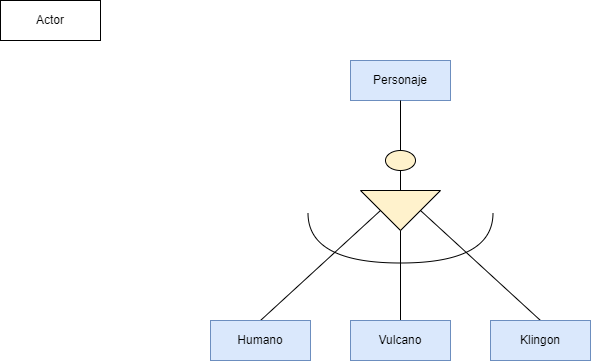
Above: Unidad-1/Tareas/Tarea_Entregable-3/Diagrama Tarea Entregable 3.drawio.png in RafaelMayor/base-datos (draw.io), before the change. Source tidied: cells renumbered, new cells last; positions are measured from the earlier drawing's top-left corner, leaving out a move shared by most shapes. Its diagram source:
```xml
<mxGraphModel>
  <root>
    <mxCell id="0" />
    <mxCell id="1" parent="0" />
    <mxCell id="2" value="Actor" style="whiteSpace=wrap;html=1;align=center;" parent="1" vertex="1">
      <mxGeometry width="100" height="40" as="geometry" />
    </mxCell>
    <mxCell id="3" value="Personaje" style="whiteSpace=wrap;html=1;align=center;fillColor=#dae8fc;strokeColor=#6c8ebf;" parent="1" vertex="1">
      <mxGeometry x="350" y="60" width="100" height="40" as="geometry" />
    </mxCell>
    <mxCell id="4" style="ellipse;whiteSpace=wrap;html=1;fillColor=#fff2cc;strokeColor=#000000;" parent="1" vertex="1">
      <mxGeometry x="385" y="150" width="30" height="20" as="geometry" />
    </mxCell>
    <mxCell id="5" style="triangle;whiteSpace=wrap;html=1;rotation=90;fillColor=#fff2cc;strokeColor=#000000;" parent="1" vertex="1">
      <mxGeometry x="380" y="170" width="40" height="80" as="geometry" />
    </mxCell>
    <mxCell id="6" style="endArrow=none;html=1;rounded=0;entryX=0.5;entryY=1;entryDx=0;entryDy=0;exitX=0.5;exitY=0;exitDx=0;exitDy=0;" parent="1" edge="1" source="4" target="3">
      <mxGeometry relative="1" as="geometry" />
    </mxCell>
    <mxCell id="7" style="endArrow=none;html=1;rounded=0;entryX=0.5;entryY=1;entryDx=0;entryDy=0;exitX=0;exitY=0.5;exitDx=0;exitDy=0;" parent="1" edge="1" source="5" target="4">
      <mxGeometry relative="1" as="geometry" />
    </mxCell>
    <mxCell id="8" style="endArrow=none;html=1;rounded=0;entryX=1;entryY=0.5;entryDx=0;entryDy=0;exitX=0.5;exitY=0;exitDx=0;exitDy=0;" parent="1" edge="1" source="13" target="5">
      <mxGeometry relative="1" as="geometry" />
    </mxCell>
    <mxCell id="9" style="endArrow=none;html=1;rounded=0;entryX=0.5;entryY=1;entryDx=0;entryDy=0;exitX=0.5;exitY=0;exitDx=0;exitDy=0;" parent="1" edge="1" source="14" target="5">
      <mxGeometry relative="1" as="geometry" />
    </mxCell>
    <mxCell id="10" style="endArrow=none;html=1;rounded=0;entryX=0.5;entryY=0;entryDx=0;entryDy=0;exitX=0.5;exitY=0;exitDx=0;exitDy=0;" parent="1" edge="1" source="12" target="5">
      <mxGeometry relative="1" as="geometry" />
    </mxCell>
    <mxCell id="11" style="shape=requiredInterface;html=1;verticalLabelPosition=bottom;sketch=0;rotation=90;" parent="1" vertex="1">
      <mxGeometry x="375" y="145" width="50" height="185" as="geometry" />
    </mxCell>
    <mxCell id="12" value="Klingon" style="whiteSpace=wrap;html=1;align=center;fillColor=#dae8fc;strokeColor=#6c8ebf;" parent="1" vertex="1">
      <mxGeometry x="490" y="320" width="100" height="40" as="geometry" />
    </mxCell>
    <mxCell id="13" value="Vulcano" style="whiteSpace=wrap;html=1;align=center;fillColor=#dae8fc;strokeColor=#6c8ebf;" parent="1" vertex="1">
      <mxGeometry x="350" y="320" width="100" height="40" as="geometry" />
    </mxCell>
    <mxCell id="14" value="Humano" style="whiteSpace=wrap;html=1;align=center;fillColor=#dae8fc;strokeColor=#6c8ebf;" parent="1" vertex="1">
      <mxGeometry x="210" y="320" width="100" height="40" as="geometry" />
    </mxCell>
  </root>
</mxGraphModel>
```
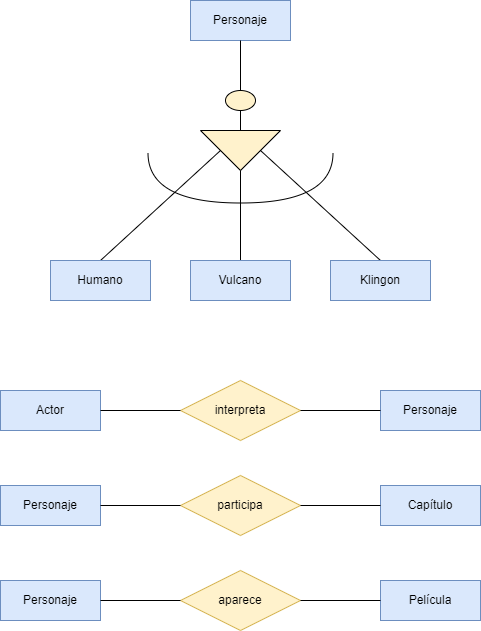
The same file after the commit.

Diff of the diagram source:
```diff
@@ -2,8 +2,8 @@
   <root>
     <mxCell id="0" />
     <mxCell id="1" parent="0" />
-    <mxCell id="2" value="Actor" style="whiteSpace=wrap;html=1;align=center;" parent="1" vertex="1">
-      <mxGeometry width="100" height="40" as="geometry" />
+    <mxCell id="2" value="Actor" style="whiteSpace=wrap;html=1;align=center;fillColor=#dae8fc;strokeColor=#6c8ebf;" parent="1" vertex="1">
+      <mxGeometry x="160" y="450" width="100" height="40" as="geometry" />
     </mxCell>
     <mxCell id="3" value="Personaje" style="whiteSpace=wrap;html=1;align=center;fillColor=#dae8fc;strokeColor=#6c8ebf;" parent="1" vertex="1">
       <mxGeometry x="350" y="60" width="100" height="40" as="geometry" />
@@ -41,5 +41,47 @@
     <mxCell id="14" value="Humano" style="whiteSpace=wrap;html=1;align=center;fillColor=#dae8fc;strokeColor=#6c8ebf;" parent="1" vertex="1">
       <mxGeometry x="210" y="320" width="100" height="40" as="geometry" />
     </mxCell>
+    <mxCell id="15" value="Personaje" style="whiteSpace=wrap;html=1;align=center;fillColor=#dae8fc;strokeColor=#6c8ebf;" parent="1" vertex="1">
+      <mxGeometry x="540" y="450" width="100" height="40" as="geometry" />
+    </mxCell>
+    <mxCell id="16" value="interpreta" style="shape=rhombus;perimeter=rhombusPerimeter;whiteSpace=wrap;html=1;align=center;fillColor=#fff2cc;strokeColor=#d6b656;" parent="1" vertex="1">
+      <mxGeometry x="340" y="440" width="120" height="60" as="geometry" />
+    </mxCell>
+    <mxCell id="17" style="endArrow=none;html=1;rounded=0;exitX=0;exitY=0.5;exitDx=0;exitDy=0;entryX=1;entryY=0.5;entryDx=0;entryDy=0;" parent="1" edge="1" source="15" target="16">
+      <mxGeometry relative="1" as="geometry" />
+    </mxCell>
+    <mxCell id="18" style="endArrow=none;html=1;rounded=0;exitX=1;exitY=0.5;exitDx=0;exitDy=0;entryX=0;entryY=0.5;entryDx=0;entryDy=0;" parent="1" edge="1" source="2" target="16">
+      <mxGeometry relative="1" as="geometry" />
+    </mxCell>
+    <mxCell id="19" value="Personaje" style="whiteSpace=wrap;html=1;align=center;fillColor=#dae8fc;strokeColor=#6c8ebf;" parent="1" vertex="1">
+      <mxGeometry x="160" y="545" width="100" height="40" as="geometry" />
+    </mxCell>
+    <mxCell id="20" value="participa" style="shape=rhombus;perimeter=rhombusPerimeter;whiteSpace=wrap;html=1;align=center;fillColor=#fff2cc;strokeColor=#d6b656;" parent="1" vertex="1">
+      <mxGeometry x="340" y="535" width="120" height="60" as="geometry" />
+    </mxCell>
+    <mxCell id="21" value="Capítulo" style="whiteSpace=wrap;html=1;align=center;fillColor=#dae8fc;strokeColor=#6c8ebf;" parent="1" vertex="1">
+      <mxGeometry x="540" y="545" width="100" height="40" as="geometry" />
+    </mxCell>
+    <mxCell id="22" style="endArrow=none;html=1;rounded=0;entryX=0;entryY=0.5;entryDx=0;entryDy=0;exitX=1;exitY=0.5;exitDx=0;exitDy=0;" parent="1" edge="1" source="20" target="21">
+      <mxGeometry relative="1" as="geometry" />
+    </mxCell>
+    <mxCell id="23" style="endArrow=none;html=1;rounded=0;entryX=0;entryY=0.5;entryDx=0;entryDy=0;exitX=1;exitY=0.5;exitDx=0;exitDy=0;" parent="1" edge="1" source="19" target="20">
+      <mxGeometry relative="1" as="geometry" />
+    </mxCell>
+    <mxCell id="24" value="Película" style="whiteSpace=wrap;html=1;align=center;fillColor=#dae8fc;strokeColor=#6c8ebf;" parent="1" vertex="1">
+      <mxGeometry x="540" y="640" width="100" height="40" as="geometry" />
+    </mxCell>
+    <mxCell id="25" value="Personaje" style="whiteSpace=wrap;html=1;align=center;fillColor=#dae8fc;strokeColor=#6c8ebf;" parent="1" vertex="1">
+      <mxGeometry x="160" y="640" width="100" height="40" as="geometry" />
+    </mxCell>
+    <mxCell id="26" value="aparece" style="shape=rhombus;perimeter=rhombusPerimeter;whiteSpace=wrap;html=1;align=center;fillColor=#fff2cc;strokeColor=#d6b656;" parent="1" vertex="1">
+      <mxGeometry x="340" y="630" width="120" height="60" as="geometry" />
+    </mxCell>
+    <mxCell id="27" style="endArrow=none;html=1;rounded=0;exitX=1;exitY=0.5;exitDx=0;exitDy=0;entryX=0;entryY=0.5;entryDx=0;entryDy=0;" parent="1" edge="1" source="25" target="26">
+      <mxGeometry relative="1" as="geometry" />
+    </mxCell>
+    <mxCell id="28" style="endArrow=none;html=1;rounded=0;entryX=0;entryY=0.5;entryDx=0;entryDy=0;exitX=1;exitY=0.5;exitDx=0;exitDy=0;" parent="1" edge="1" source="26" target="24">
+      <mxGeometry relative="1" as="geometry" />
+    </mxCell>
   </root>
 </mxGraphModel>
```
